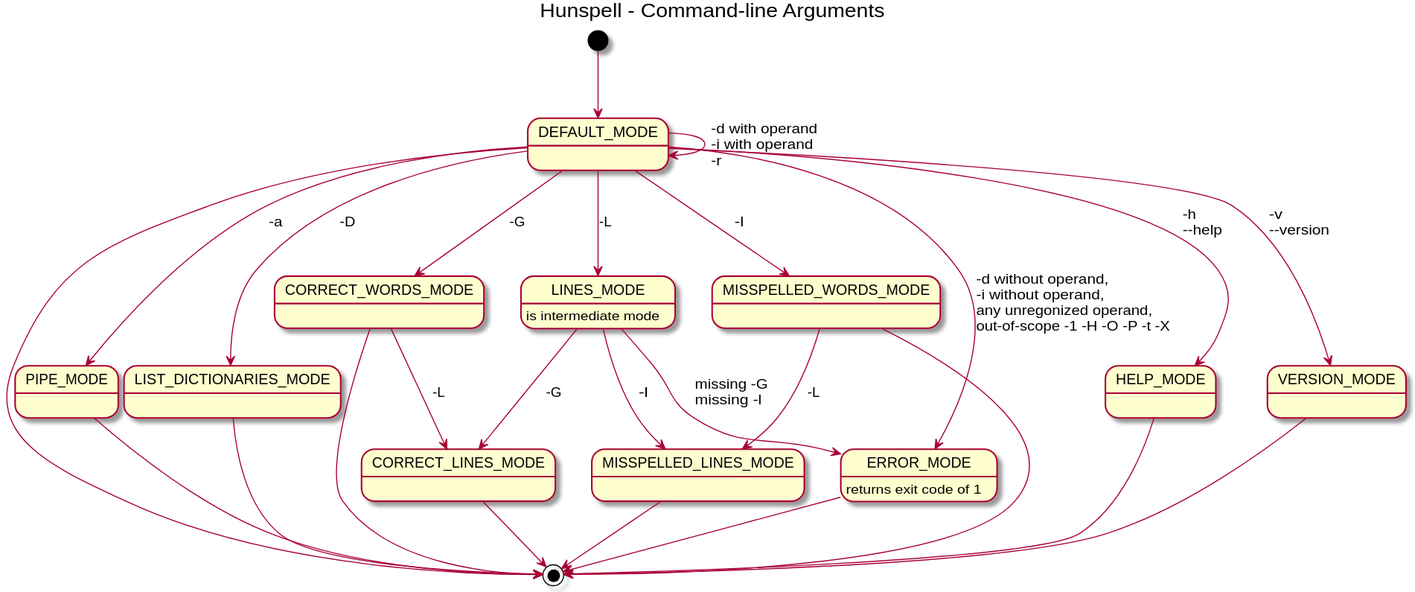
Before: uml/state-diagrams/command-line-arguments-state-diagram.svg, a diagram exported from PlantUML (nuspell/misc-nuspell). Its source is kept beside it as uml/plantuml/command-line-arguments-state-diagram.pu.
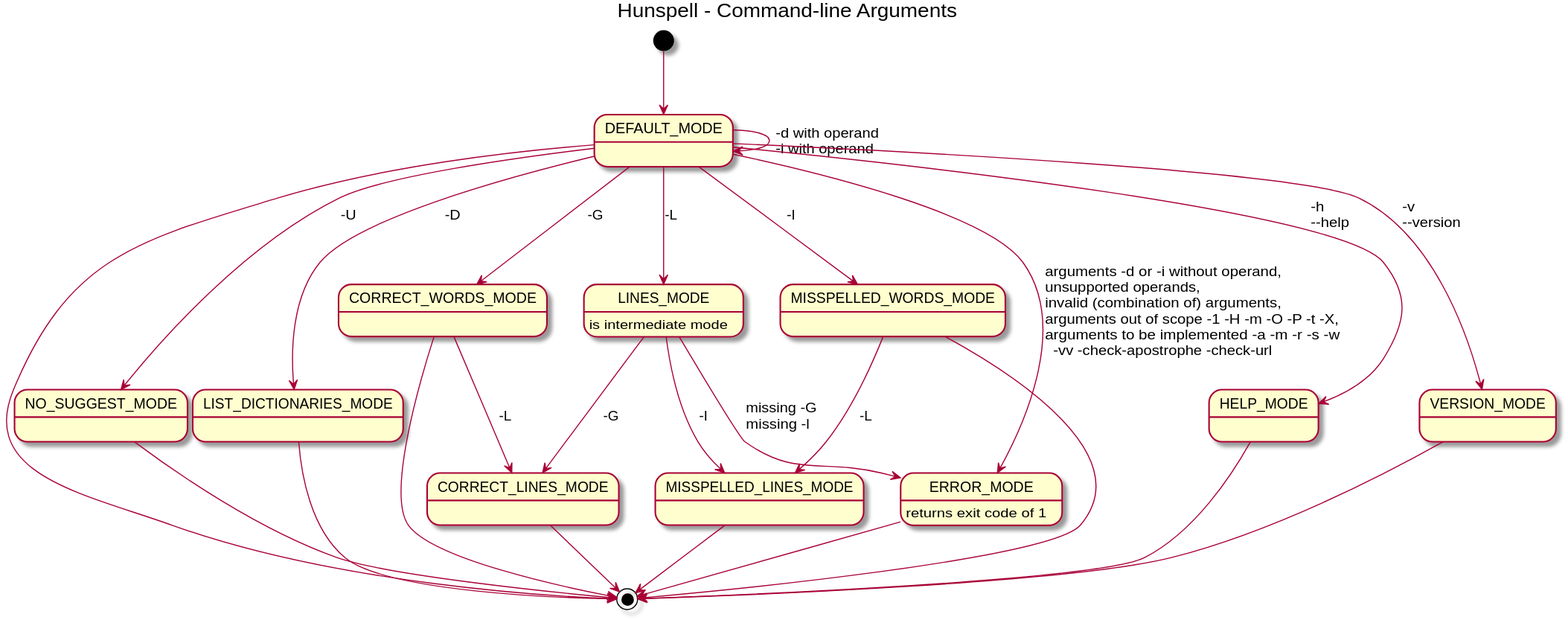
Later version of the same file.

What changed in the source:
```diff
@@ -5,11 +5,11 @@
 
 [*] --> DEFAULT_MODE
 
-DEFAULT_MODE --> DEFAULT_MODE : -d with operand\l-i with operand\l-r
+DEFAULT_MODE --> DEFAULT_MODE : -d with operand\l-i with operand
 DEFAULT_MODE --> [*]
 
-DEFAULT_MODE --> PIPE_MODE : -a
-PIPE_MODE --> [*]
+DEFAULT_MODE --> NO_SUGGEST_MODE : -U
+NO_SUGGEST_MODE --> [*]
 
 DEFAULT_MODE --> LIST_DICTIONARIES_MODE : -D
 LIST_DICTIONARIES_MODE --> [*]
@@ -36,7 +36,7 @@
 DEFAULT_MODE --> VERSION_MODE : -v\l--version
 VERSION_MODE --> [*]
 
-DEFAULT_MODE --> ERROR_MODE : -d without operand,\l-i without operand,\lany unregonized operand,\lout-of-scope -1 -H -O -P -t -X
+DEFAULT_MODE --> ERROR_MODE : arguments -d or -i without operand,\lunsupported operands,\linvalid (combination of) arguments,\larguments out of scope -1 -H -m -O -P -t -X,\larguments to be implemented -a -m -r -s -w\l  -vv -check-apostrophe -check-url
 ERROR_MODE --> [*]
 ERROR_MODE : returns exit code of 1
 
```
